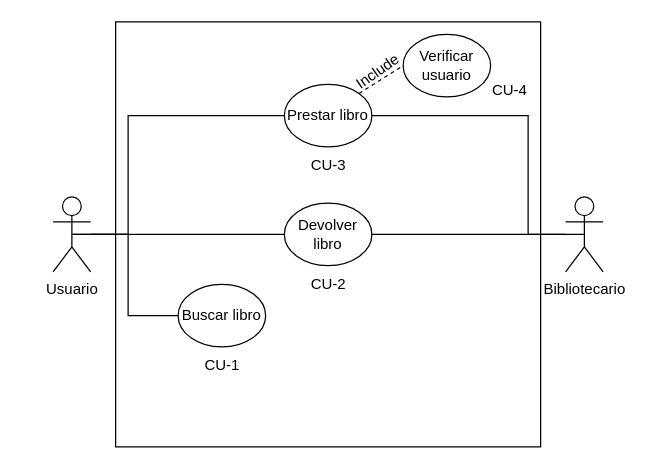
Before: Diagrama de caso de uso/Tarea_CU_Biblioteca.drawio in GRMiguelAngel/ETS, a draw.io diagram. Source tidied: cells renumbered, new cells numbered last; positions are measured from the earlier drawing's top-left corner, leaving out a move shared by most shapes. Both pictures are drawn from the tidied source at 125%, with x=0, y=0 at pixel (52, 21).
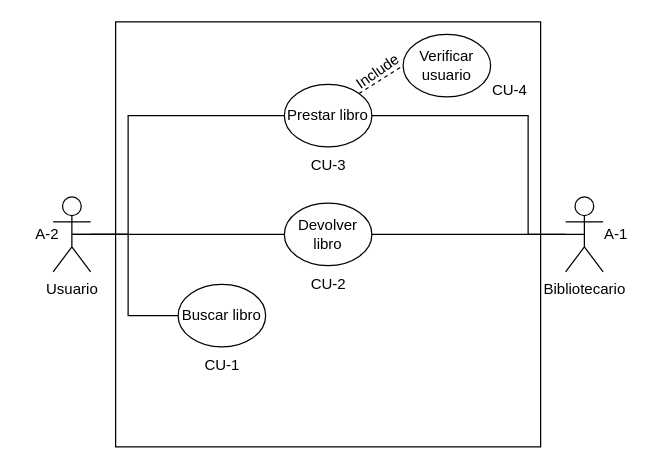
The same page after the edit.

Change to the diagram source:
```diff
@@
+    <mxCell id="20" value="A-1" style="text;html=1;align=center;verticalAlign=middle;strokeColor=none;fillColor=none;" parent="1" vertex="1">
+      <mxGeometry x="430" y="155" width="40" height="30" as="geometry" />
+    </mxCell>
+    <mxCell id="21" value="A-2" style="text;html=1;align=center;verticalAlign=middle;strokeColor=none;fillColor=none;" parent="1" vertex="1">
+      <mxGeometry x="-25" y="155" width="40" height="30" as="geometry" />
+    </mxCell>
```
